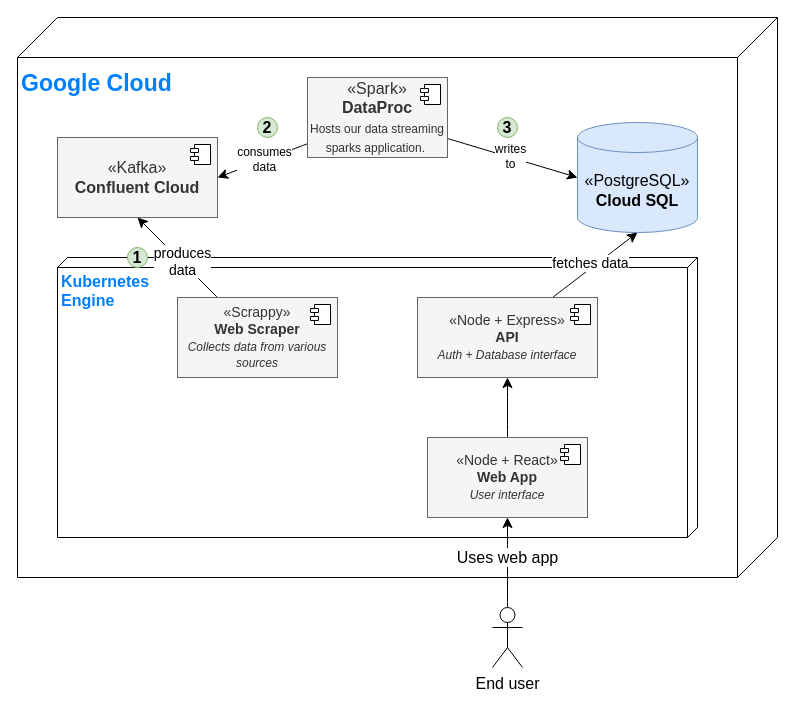
Before: page "Architecture" (1 of 2) of CryptoViz.drawio in MelvinCERBA/CryptoViz, a draw.io diagram. Source tidied: cells renumbered, new cells numbered last; positions are measured from the earlier drawing's top-left corner, leaving out a move shared by most shapes. Both pictures are drawn from the tidied source at 100%, with x=0, y=0 at pixel (17, 17).
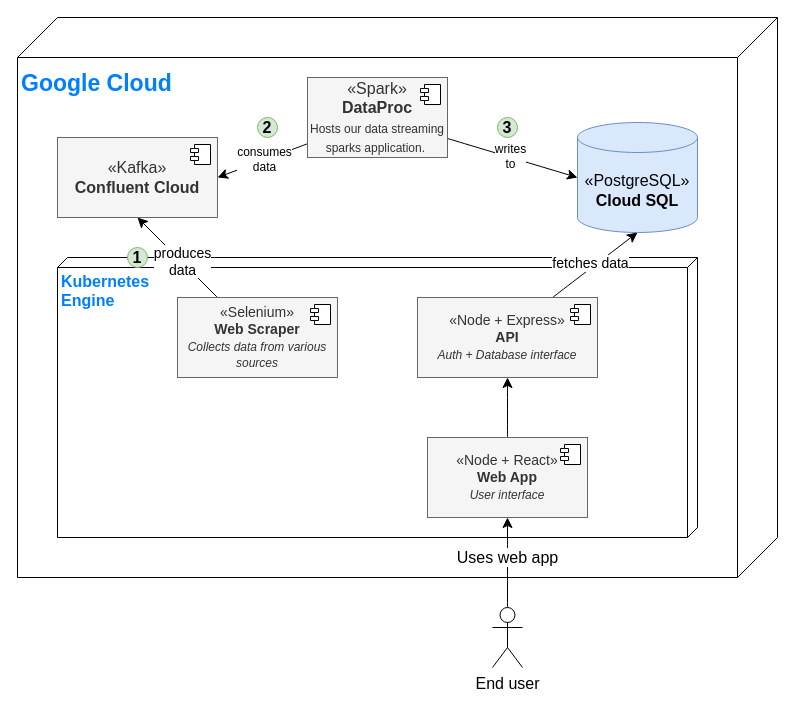
The same diagram, later.

Diff of the diagram source:
```diff
@@
-    <mxCell id="6" value="«Scrappy»&lt;br style=&quot;font-size: 14px;&quot;&gt;&lt;b style=&quot;font-size: 14px;&quot;&gt;Web Scraper&lt;/b&gt;&lt;br&gt;&lt;i style=&quot;&quot;&gt;&lt;font style=&quot;font-size: 12px;&quot;&gt;Collects data from various sources&lt;/font&gt;&lt;/i&gt;" style="html=1;whiteSpace=wrap;fontSize=14;fillColor=#f5f5f5;fontColor=#333333;strokeColor=#666666;" parent="1" vertex="1">
+    <mxCell id="6" value="«Selenium»&lt;br style=&quot;font-size: 14px;&quot;&gt;&lt;b style=&quot;font-size: 14px;&quot;&gt;Web Scraper&lt;/b&gt;&lt;br&gt;&lt;i style=&quot;&quot;&gt;&lt;font style=&quot;font-size: 12px;&quot;&gt;Collects data from various sources&lt;/font&gt;&lt;/i&gt;" style="html=1;whiteSpace=wrap;fontSize=14;fillColor=#f5f5f5;fontColor=#333333;strokeColor=#666666;" parent="1" vertex="1">
       <mxGeometry x="160" y="280" width="160" height="80" as="geometry" />
     </mxCell>
```
